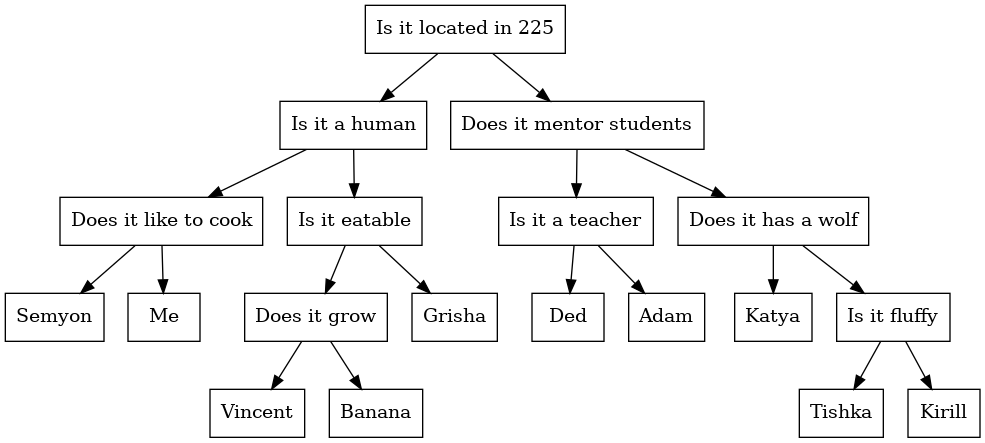
Above: dump.png in Gaussiandra/Akinator (Graphviz), before the change. Its source is kept beside it as dump.dot. Source of this version:
```dot
digraph G {
Z [shape=rect, label="Is it located in 225"];
Z -> ZL;
ZL [shape=rect, label="Is it a human"];
ZL -> ZLL;
ZLL [shape=rect, label="Does it like to cook"];
ZLL -> ZLLL;
ZLLL [shape=rect, label="Semyon"];
ZLL -> ZLLR;
ZLLR [shape=rect, label="Me"];
ZL -> ZLR;
ZLR [shape=rect, label="Is it eatable"];
ZLR -> ZLRL;
ZLRL [shape=rect, label="Does it grow"];
ZLRL -> ZLRLL;
ZLRLL [shape=rect, label="Vincent"];
ZLRL -> ZLRLR;
ZLRLR [shape=rect, label="Banana"];
ZLR -> ZLRR;
ZLRR [shape=rect, label="Grisha"];
Z -> ZR;
ZR [shape=rect, label="Does it mentor students"];
ZR -> ZRL;
ZRL [shape=rect, label="Is it a teacher"];
ZRL -> ZRLL;
ZRLL [shape=rect, label="Ded"];
ZRL -> ZRLR;
ZRLR [shape=rect, label="Adam"];
ZR -> ZRR;
ZRR [shape=rect, label="Does it has a wolf"];
ZRR -> ZRRL;
ZRRL [shape=rect, label="Katya"];
ZRR -> ZRRR;
ZRRR [shape=rect, label="Is it fluffy"];
ZRRR -> ZRRRL;
ZRRRL [shape=rect, label="Tishka"];
ZRRR -> ZRRRR;
ZRRRR [shape=rect, label="Kirill"];
}
```
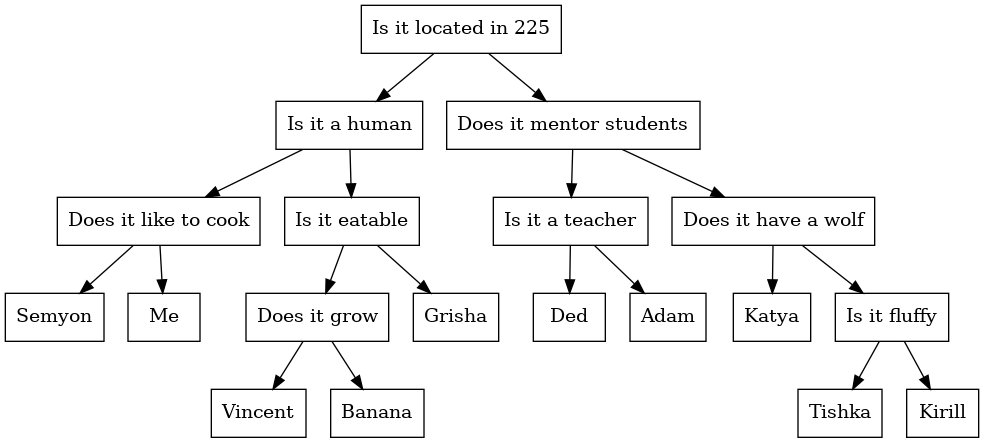
The same diagram one commit later.

Change to the diagram source:
```diff
@@ -27,7 +27,7 @@
 ZRL -> ZRLR;
 ZRLR [shape=rect, label="Adam"];
 ZR -> ZRR;
-ZRR [shape=rect, label="Does it has a wolf"];
+ZRR [shape=rect, label="Does it have a wolf"];
 ZRR -> ZRRL;
 ZRRL [shape=rect, label="Katya"];
 ZRR -> ZRRR;
```
